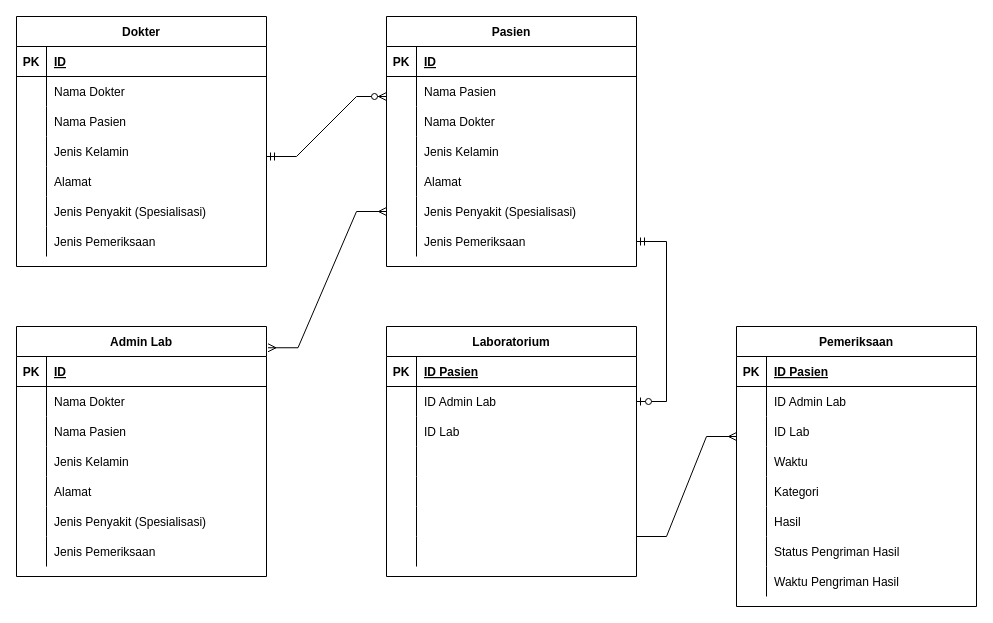
Before: pertemuan5/pertemuan5.drawio in Nurrohman10/IF214002, a draw.io diagram. Source tidied: cells renumbered, new cells numbered last; positions are measured from the earlier drawing's top-left corner, leaving out a move shared by most shapes. Both pictures are drawn from the tidied source at 100%, with x=0, y=0 at pixel (16, 16).
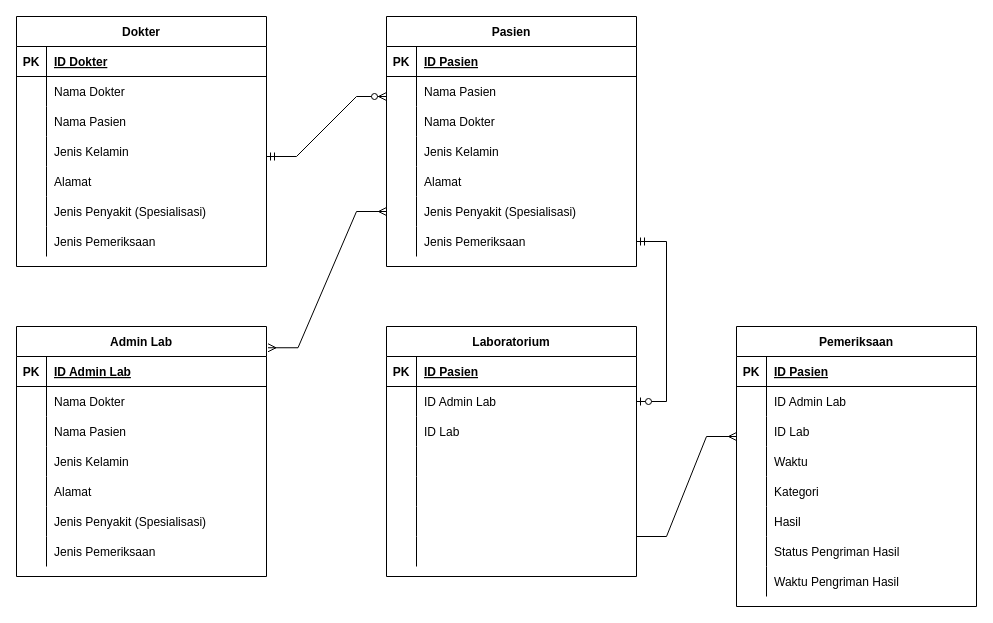
The same diagram, later.

Unchanged cells that the change refers to:
```xml
<mxCell id="3" style="shape=partialRectangle;fillColor=none;top=0;left=0;right=0;bottom=1;" parent="2" vertex="1">
  <mxGeometry y="30" width="250" height="30" as="geometry" />
</mxCell>
<mxCell id="47" style="shape=partialRectangle;fillColor=none;top=0;left=0;right=0;bottom=1;" parent="46" vertex="1">
  <mxGeometry y="30" width="250" height="30" as="geometry" />
</mxCell>
<mxCell id="69" style="shape=partialRectangle;fillColor=none;top=0;left=0;right=0;bottom=1;" parent="68" vertex="1">
  <mxGeometry y="30" width="250" height="30" as="geometry" />
</mxCell>
```

The edit, as a diff of the source:
```diff
@@
-    <mxCell id="5" value="ID" style="shape=partialRectangle;overflow=hidden;fillColor=none;top=0;left=0;bottom=0;right=0;align=left;spacingLeft=6;fontStyle=5;" parent="3" vertex="1">
+    <mxCell id="5" value="ID Pasien" style="shape=partialRectangle;overflow=hidden;fillColor=none;top=0;left=0;bottom=0;right=0;align=left;spacingLeft=6;fontStyle=5;" parent="3" vertex="1">
       <mxGeometry x="30" width="220" height="30" as="geometry" />
     </mxCell>
@@
-    <mxCell id="49" value="ID" style="shape=partialRectangle;overflow=hidden;fillColor=none;top=0;left=0;bottom=0;right=0;align=left;spacingLeft=6;fontStyle=5;" parent="47" vertex="1">
+    <mxCell id="49" value="ID Dokter" style="shape=partialRectangle;overflow=hidden;fillColor=none;top=0;left=0;bottom=0;right=0;align=left;spacingLeft=6;fontStyle=5;" parent="47" vertex="1">
       <mxGeometry x="30" width="220" height="30" as="geometry" />
     </mxCell>
@@
-    <mxCell id="71" value="ID" style="shape=partialRectangle;overflow=hidden;fillColor=none;top=0;left=0;bottom=0;right=0;align=left;spacingLeft=6;fontStyle=5;" parent="69" vertex="1">
+    <mxCell id="71" value="ID Admin Lab" style="shape=partialRectangle;overflow=hidden;fillColor=none;top=0;left=0;bottom=0;right=0;align=left;spacingLeft=6;fontStyle=5;" parent="69" vertex="1">
       <mxGeometry x="30" width="220" height="30" as="geometry" />
     </mxCell>
```
